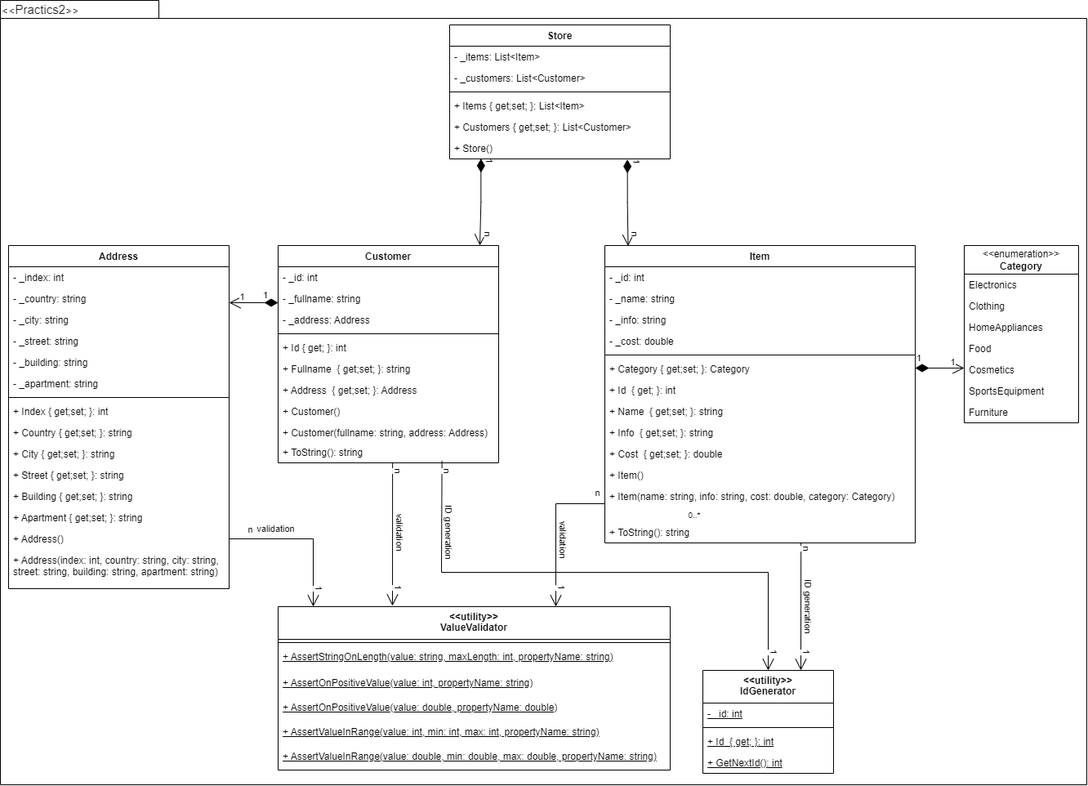
Earlier version of the draw.io export doc/ObjectOrientedPractics/Practics2.drawio.png (h1tsugaya/Programming). Source tidied: cells renumbered, new cells last; positions are measured from the earlier drawing's top-left corner, leaving out a move shared by most shapes.
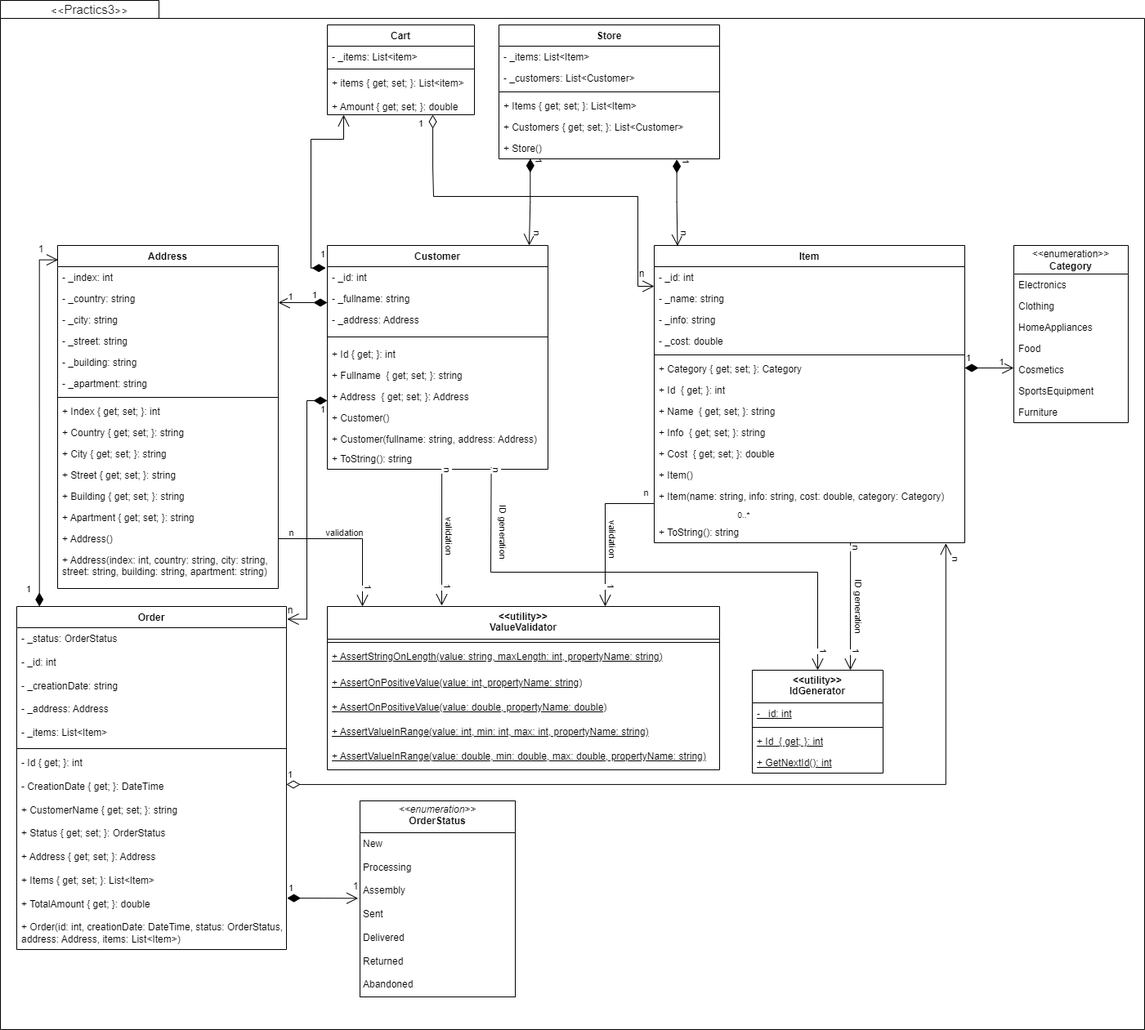
The same diagram one commit later.

Commit message:
добавлена Uml диграмма

The edit, as a diff of the source:
```diff
@@ -5,3 +5,3 @@
     <mxCell id="2" value="Customer" style="swimlane;fontStyle=1;align=center;verticalAlign=top;horizontal=1;startSize=26;whiteSpace=wrap;html=1;" parent="1" vertex="1">
-      <mxGeometry x="340" y="300" width="270" height="266" as="geometry" />
+      <mxGeometry x="340" y="300" width="270" height="274" as="geometry" />
     </mxCell>
@@ -17,21 +17,21 @@
     <mxCell id="6" style="line;strokeWidth=1;fillColor=none;align=left;verticalAlign=middle;spacingTop=-1;spacingLeft=3;spacingRight=3;labelPosition=right;strokeColor=inherit;" parent="2" vertex="1">
-      <mxGeometry y="104" width="270" height="8" as="geometry" />
+      <mxGeometry y="104" width="270" height="16" as="geometry" />
     </mxCell>
     <mxCell id="7" value="+ Id { get; }: int" style="text;strokeColor=none;fillColor=none;align=left;verticalAlign=top;spacingLeft=4;spacingRight=4;overflow=hidden;whiteSpace=wrap;html=1;" parent="2" vertex="1">
-      <mxGeometry y="112" width="270" height="26" as="geometry" />
+      <mxGeometry y="120" width="270" height="26" as="geometry" />
     </mxCell>
-    <mxCell id="8" value="+ Fullname&amp;nbsp;&amp;nbsp;{ get;set; }: string" style="text;strokeColor=none;fillColor=none;align=left;verticalAlign=top;spacingLeft=4;spacingRight=4;overflow=hidden;whiteSpace=wrap;html=1;" parent="2" vertex="1">
-      <mxGeometry y="138" width="270" height="26" as="geometry" />
+    <mxCell id="8" value="+ Fullname&amp;nbsp;&amp;nbsp;{ get; set; }: string" style="text;strokeColor=none;fillColor=none;align=left;verticalAlign=top;spacingLeft=4;spacingRight=4;overflow=hidden;whiteSpace=wrap;html=1;" parent="2" vertex="1">
+      <mxGeometry y="146" width="270" height="26" as="geometry" />
     </mxCell>
-    <mxCell id="9" value="+ Address&amp;nbsp;&amp;nbsp;{ get;set; }: Address" style="text;strokeColor=none;fillColor=none;align=left;verticalAlign=top;spacingLeft=4;spacingRight=4;overflow=hidden;points=[[0,0.5],[1,0.5]];portConstraint=eastwest;whiteSpace=wrap;html=1;" parent="2" vertex="1">
-      <mxGeometry y="164" width="270" height="26" as="geometry" />
+    <mxCell id="9" value="+ Address&amp;nbsp;&amp;nbsp;{ get; set; }: Address" style="text;strokeColor=none;fillColor=none;align=left;verticalAlign=top;spacingLeft=4;spacingRight=4;overflow=hidden;points=[[0,0.5],[1,0.5]];portConstraint=eastwest;whiteSpace=wrap;html=1;" parent="2" vertex="1">
+      <mxGeometry y="172" width="270" height="26" as="geometry" />
     </mxCell>
     <mxCell id="10" value="+ Customer()" style="text;strokeColor=none;fillColor=none;align=left;verticalAlign=top;spacingLeft=4;spacingRight=4;overflow=hidden;whiteSpace=wrap;html=1;" parent="2" vertex="1">
-      <mxGeometry y="190" width="270" height="26" as="geometry" />
+      <mxGeometry y="198" width="270" height="26" as="geometry" />
     </mxCell>
     <mxCell id="11" value="+ Customer(fullname: string, address: Address)" style="text;strokeColor=none;fillColor=none;align=left;verticalAlign=top;spacingLeft=4;spacingRight=4;overflow=hidden;whiteSpace=wrap;html=1;" parent="2" vertex="1">
-      <mxGeometry y="216" width="270" height="24" as="geometry" />
+      <mxGeometry y="224" width="270" height="24" as="geometry" />
     </mxCell>
     <mxCell id="12" value="+ ToString(): string" style="text;strokeColor=none;fillColor=none;align=left;verticalAlign=top;spacingLeft=4;spacingRight=4;overflow=hidden;points=[[0,0.5],[1,0.5]];portConstraint=eastwest;whiteSpace=wrap;html=1;" parent="2" vertex="1">
-      <mxGeometry y="240" width="270" height="26" as="geometry" />
+      <mxGeometry y="248" width="270" height="26" as="geometry" />
     </mxCell>
@@ -55,3 +55,3 @@
     </mxCell>
-    <mxCell id="19" value="+ Category { get;set; }: Category" style="text;strokeColor=none;fillColor=none;align=left;verticalAlign=top;spacingLeft=4;spacingRight=4;overflow=hidden;whiteSpace=wrap;html=1;" parent="13" vertex="1">
+    <mxCell id="19" value="+ Category { get; set; }: Category" style="text;strokeColor=none;fillColor=none;align=left;verticalAlign=top;spacingLeft=4;spacingRight=4;overflow=hidden;whiteSpace=wrap;html=1;" parent="13" vertex="1">
       <mxGeometry y="138" width="380" height="26" as="geometry" />
@@ -61,9 +61,9 @@
     </mxCell>
-    <mxCell id="21" value="+ Name&amp;nbsp;&amp;nbsp;{ get;set; }: string" style="text;strokeColor=none;fillColor=none;align=left;verticalAlign=top;spacingLeft=4;spacingRight=4;overflow=hidden;whiteSpace=wrap;html=1;" parent="13" vertex="1">
+    <mxCell id="21" value="+ Name&amp;nbsp;&amp;nbsp;{ get; set; }: string" style="text;strokeColor=none;fillColor=none;align=left;verticalAlign=top;spacingLeft=4;spacingRight=4;overflow=hidden;whiteSpace=wrap;html=1;" parent="13" vertex="1">
       <mxGeometry y="190" width="380" height="26" as="geometry" />
     </mxCell>
-    <mxCell id="22" value="+ Info&amp;nbsp;&amp;nbsp;{ get;set; }: string" style="text;strokeColor=none;fillColor=none;align=left;verticalAlign=top;spacingLeft=4;spacingRight=4;overflow=hidden;whiteSpace=wrap;html=1;" parent="13" vertex="1">
+    <mxCell id="22" value="+ Info&amp;nbsp;&amp;nbsp;{ get; set; }: string" style="text;strokeColor=none;fillColor=none;align=left;verticalAlign=top;spacingLeft=4;spacingRight=4;overflow=hidden;whiteSpace=wrap;html=1;" parent="13" vertex="1">
       <mxGeometry y="216" width="380" height="26" as="geometry" />
     </mxCell>
-    <mxCell id="23" value="+ Cost&amp;nbsp;&amp;nbsp;{ get;set; }: double" style="text;strokeColor=none;fillColor=none;align=left;verticalAlign=top;spacingLeft=4;spacingRight=4;overflow=hidden;whiteSpace=wrap;html=1;" parent="13" vertex="1">
+    <mxCell id="23" value="+ Cost&amp;nbsp;&amp;nbsp;{ get; set; }: double" style="text;strokeColor=none;fillColor=none;align=left;verticalAlign=top;spacingLeft=4;spacingRight=4;overflow=hidden;whiteSpace=wrap;html=1;" parent="13" vertex="1">
       <mxGeometry y="242" width="380" height="26" as="geometry" />
@@ -130,6 +130,6 @@
     </mxCell>
-    <mxCell id="44" value="+ Items { get;set; }: List&amp;lt;Item&amp;gt;" style="text;strokeColor=none;fillColor=none;align=left;verticalAlign=top;spacingLeft=4;spacingRight=4;overflow=hidden;whiteSpace=wrap;html=1;" parent="40" vertex="1">
+    <mxCell id="44" value="+ Items { get; set; }: List&amp;lt;Item&amp;gt;" style="text;strokeColor=none;fillColor=none;align=left;verticalAlign=top;spacingLeft=4;spacingRight=4;overflow=hidden;whiteSpace=wrap;html=1;" parent="40" vertex="1">
       <mxGeometry y="86" width="270" height="26" as="geometry" />
     </mxCell>
-    <mxCell id="45" value="+ Customers { get;set; }: List&amp;lt;Customer&amp;gt;" style="text;strokeColor=none;fillColor=none;align=left;verticalAlign=top;spacingLeft=4;spacingRight=4;overflow=hidden;whiteSpace=wrap;html=1;" parent="40" vertex="1">
+    <mxCell id="45" value="+ Customers { get; set; }: List&amp;lt;Customer&amp;gt;" style="text;strokeColor=none;fillColor=none;align=left;verticalAlign=top;spacingLeft=4;spacingRight=4;overflow=hidden;whiteSpace=wrap;html=1;" parent="40" vertex="1">
       <mxGeometry y="112" width="270" height="26" as="geometry" />
@@ -163,18 +163,18 @@
     </mxCell>
-    <mxCell id="55" value="+ Index { get;set; }: int" style="text;strokeColor=none;fillColor=none;align=left;verticalAlign=top;spacingLeft=4;spacingRight=4;overflow=hidden;whiteSpace=wrap;html=1;" parent="47" vertex="1">
+    <mxCell id="55" value="+ Index { get; set; }: int" style="text;strokeColor=none;fillColor=none;align=left;verticalAlign=top;spacingLeft=4;spacingRight=4;overflow=hidden;whiteSpace=wrap;html=1;" parent="47" vertex="1">
       <mxGeometry y="190" width="270" height="26" as="geometry" />
     </mxCell>
-    <mxCell id="56" value="+ Country { get;set; }: string" style="text;strokeColor=none;fillColor=none;align=left;verticalAlign=top;spacingLeft=4;spacingRight=4;overflow=hidden;whiteSpace=wrap;html=1;" parent="47" vertex="1">
+    <mxCell id="56" value="+ Country { get; set; }: string" style="text;strokeColor=none;fillColor=none;align=left;verticalAlign=top;spacingLeft=4;spacingRight=4;overflow=hidden;whiteSpace=wrap;html=1;" parent="47" vertex="1">
       <mxGeometry y="216" width="270" height="26" as="geometry" />
     </mxCell>
-    <mxCell id="57" value="+ City { get;set; }: string" style="text;strokeColor=none;fillColor=none;align=left;verticalAlign=top;spacingLeft=4;spacingRight=4;overflow=hidden;whiteSpace=wrap;html=1;" parent="47" vertex="1">
+    <mxCell id="57" value="+ City { get; set; }: string" style="text;strokeColor=none;fillColor=none;align=left;verticalAlign=top;spacingLeft=4;spacingRight=4;overflow=hidden;whiteSpace=wrap;html=1;" parent="47" vertex="1">
       <mxGeometry y="242" width="270" height="26" as="geometry" />
     </mxCell>
-    <mxCell id="58" value="+ Street { get;set; }: string" style="text;strokeColor=none;fillColor=none;align=left;verticalAlign=top;spacingLeft=4;spacingRight=4;overflow=hidden;whiteSpace=wrap;html=1;" parent="47" vertex="1">
+    <mxCell id="58" value="+ Street { get; set; }: string" style="text;strokeColor=none;fillColor=none;align=left;verticalAlign=top;spacingLeft=4;spacingRight=4;overflow=hidden;whiteSpace=wrap;html=1;" parent="47" vertex="1">
       <mxGeometry y="268" width="270" height="26" as="geometry" />
     </mxCell>
-    <mxCell id="59" value="+ Building { get;set; }: string" style="text;strokeColor=none;fillColor=none;align=left;verticalAlign=top;spacingLeft=4;spacingRight=4;overflow=hidden;whiteSpace=wrap;html=1;" parent="47" vertex="1">
+    <mxCell id="59" value="+ Building { get; set; }: string" style="text;strokeColor=none;fillColor=none;align=left;verticalAlign=top;spacingLeft=4;spacingRight=4;overflow=hidden;whiteSpace=wrap;html=1;" parent="47" vertex="1">
       <mxGeometry y="294" width="270" height="26" as="geometry" />
     </mxCell>
-    <mxCell id="60" value="+ Apartment { get;set; }: string" style="text;strokeColor=none;fillColor=none;align=left;verticalAlign=top;spacingLeft=4;spacingRight=4;overflow=hidden;whiteSpace=wrap;html=1;" parent="47" vertex="1">
+    <mxCell id="60" value="+ Apartment { get; set; }: string" style="text;strokeColor=none;fillColor=none;align=left;verticalAlign=top;spacingLeft=4;spacingRight=4;overflow=hidden;whiteSpace=wrap;html=1;" parent="47" vertex="1">
       <mxGeometry y="320" width="270" height="26" as="geometry" />
@@ -305,3 +305,3 @@
       <mxGeometry x="-0.45" relative="1" as="geometry">
-        <mxPoint x="5" y="-13" as="offset" />
+        <mxPoint x="29" y="-8" as="offset" />
       </mxGeometry>
@@ -315,3 +315,3 @@
       <mxGeometry x="260" y="635" as="geometry">
-        <mxPoint x="45" y="12" as="offset" />
+        <mxPoint x="36" y="16" as="offset" />
       </mxGeometry>
@@ -359,7 +359,83 @@
     <mxCell id="99" style="shape=folder;fontStyle=1;spacingTop=10;tabWidth=194;tabHeight=22;tabPosition=left;html=1;rounded=0;shadow=0;comic=0;labelBackgroundColor=none;strokeWidth=1;fillColor=none;fontFamily=Verdana;fontSize=10;align=center;" parent="1" vertex="1">
-      <mxGeometry width="1330" height="960" as="geometry" />
+      <mxGeometry x="-60" width="1400" height="1260" as="geometry" />
     </mxCell>
-    <mxCell id="100" value="&amp;lt;&amp;lt;&lt;font face=&quot;YS Text, Helvetica Neue, Helvetica, Arial, sans-serif&quot; color=&quot;#1a1a1a&quot;&gt;&lt;span style=&quot;font-size: 15px; text-wrap: wrap; background-color: rgb(255, 255, 255);&quot;&gt;Practics2&lt;/span&gt;&lt;/font&gt;&amp;gt;&amp;gt;" style="text;html=1;align=left;verticalAlign=top;spacingTop=-4;fontSize=10;fontFamily=Verdana;" parent="1" vertex="1">
+    <mxCell id="100" value="&amp;lt;&amp;lt;&lt;font face=&quot;YS Text, Helvetica Neue, Helvetica, Arial, sans-serif&quot; color=&quot;#1a1a1a&quot;&gt;&lt;span style=&quot;font-size: 15px; text-wrap: wrap; background-color: rgb(255, 255, 255);&quot;&gt;Practics3&lt;/span&gt;&lt;/font&gt;&amp;gt;&amp;gt;" style="text;html=1;align=left;verticalAlign=top;spacingTop=-4;fontSize=10;fontFamily=Verdana;" parent="1" vertex="1">
       <mxGeometry width="130" height="20" as="geometry" />
     </mxCell>
+    <mxCell id="101" value="Cart" style="swimlane;fontStyle=1;align=center;verticalAlign=top;horizontal=1;startSize=26;whiteSpace=wrap;html=1;" parent="1" vertex="1">
+      <mxGeometry x="340" y="30" width="180" height="110" as="geometry" />
+    </mxCell>
+    <mxCell id="102" value="- _items: List&amp;lt;item&amp;gt;" style="text;strokeColor=none;fillColor=none;align=left;verticalAlign=top;spacingLeft=4;spacingRight=4;overflow=hidden;whiteSpace=wrap;html=1;" parent="101" vertex="1">
+      <mxGeometry y="26" width="180" height="24" as="geometry" />
+    </mxCell>
+    <mxCell id="103" style="line;strokeWidth=1;fillColor=none;align=left;verticalAlign=middle;spacingTop=-1;spacingLeft=3;spacingRight=3;labelPosition=right;strokeColor=inherit;" parent="101" vertex="1">
+      <mxGeometry y="50" width="180" height="8" as="geometry" />
+    </mxCell>
+    <mxCell id="104" value="&lt;font color=&quot;#050505&quot; style=&quot;font-size: 12px;&quot;&gt;&lt;span style=&quot;font-family: Helvetica; font-style: normal; font-variant-ligatures: normal; font-variant-caps: normal; font-weight: 400; letter-spacing: normal; orphans: 2; text-align: left; text-indent: 0px; text-transform: none; widows: 2; word-spacing: 0px; -webkit-text-stroke-width: 0px; white-space: normal; text-decoration-thickness: initial; text-decoration-style: initial; text-decoration-color: initial; float: none; background-color: rgb(255, 255, 255); display: inline !important;&quot;&gt;+ items { get; set; }: List&amp;lt;item&amp;gt;&lt;/span&gt;&lt;/font&gt;&lt;div style=&quot;&quot;&gt;&lt;font style=&quot;font-size: 12px;&quot;&gt;&lt;br&gt;+ Amount { get; set; }: double&lt;/font&gt;&lt;/div&gt;" style="text;strokeColor=none;fillColor=none;align=left;verticalAlign=top;spacingLeft=4;spacingRight=4;overflow=hidden;points=[[0,0.5],[1,0.5]];portConstraint=eastwest;whiteSpace=wrap;html=1;" parent="101" vertex="1">
+      <mxGeometry y="58" width="180" height="52" as="geometry" />
+    </mxCell>
+    <mxCell id="105" value="1" style="endArrow=open;html=1;endSize=12;startArrow=diamondThin;startSize=14;startFill=0;edgeStyle=orthogonalEdgeStyle;align=left;verticalAlign=bottom;rounded=0;exitX=0.717;exitY=1;exitDx=0;exitDy=0;exitPerimeter=0;entryX=0;entryY=0.923;entryDx=0;entryDy=0;entryPerimeter=0;" parent="1" edge="1" source="104" target="14">
+      <mxGeometry x="-0.92" y="-19" relative="1" as="geometry">
+        <Array as="points">
+          <mxPoint x="469" y="205" />
+          <mxPoint x="470" y="205" />
+          <mxPoint x="470" y="240" />
+          <mxPoint x="720" y="240" />
+          <mxPoint x="720" y="350" />
+        </Array>
+      </mxGeometry>
+    </mxCell>
+    <mxCell id="106" value="1" style="endArrow=open;html=1;endSize=12;startArrow=diamondThin;startSize=14;startFill=1;edgeStyle=orthogonalEdgeStyle;align=left;verticalAlign=bottom;rounded=0;exitX=-0.007;exitY=0.064;exitDx=0;exitDy=0;exitPerimeter=0;entryX=0.111;entryY=1;entryDx=0;entryDy=0;entryPerimeter=0;" parent="1" edge="1" source="3" target="104">
+      <mxGeometry x="-0.93" y="-8" relative="1" as="geometry">
+        <Array as="points">
+          <mxPoint x="320" y="328" />
+          <mxPoint x="320" y="170" />
+          <mxPoint x="360" y="170" />
+        </Array>
+      </mxGeometry>
+    </mxCell>
+    <mxCell id="107" value="n" style="text;html=1;align=center;verticalAlign=middle;whiteSpace=wrap;rounded=0;" parent="1" vertex="1">
+      <mxGeometry x="710" y="330" width="30" height="10" as="geometry" />
+    </mxCell>
+    <mxCell id="108" value="Order" style="swimlane;fontStyle=1;align=center;verticalAlign=top;horizontal=1;startSize=26;whiteSpace=wrap;html=1;" parent="1" vertex="1">
+      <mxGeometry x="-40" y="742" width="330" height="420" as="geometry" />
+    </mxCell>
+    <mxCell id="109" value="- _status: OrderStatus&lt;div&gt;&lt;br&gt;&lt;/div&gt;&lt;div&gt;- _id: int&lt;/div&gt;&lt;div&gt;&lt;br&gt;&lt;/div&gt;&lt;div&gt;- _creationDate: string&lt;br&gt;&lt;br&gt;- _address: Address&lt;br&gt;&lt;br&gt;- _items: List&amp;lt;Item&amp;gt;&lt;/div&gt;" style="text;strokeColor=none;fillColor=none;align=left;verticalAlign=top;spacingLeft=4;spacingRight=4;overflow=hidden;whiteSpace=wrap;html=1;" parent="108" vertex="1">
+      <mxGeometry y="26" width="330" height="144" as="geometry" />
+    </mxCell>
+    <mxCell id="110" style="line;strokeWidth=1;fillColor=none;align=left;verticalAlign=middle;spacingTop=-1;spacingLeft=3;spacingRight=3;labelPosition=right;strokeColor=inherit;" parent="108" vertex="1">
+      <mxGeometry y="170" width="330" height="8" as="geometry" />
+    </mxCell>
+    <mxCell id="111" value="- Id { get; }: int&lt;div&gt;&lt;br&gt;&lt;/div&gt;&lt;div&gt;- CreationDate { get; }: DateTime&lt;/div&gt;&lt;div&gt;&lt;br&gt;&lt;/div&gt;&lt;div&gt;+ CustomerName { get; set; }: string&lt;/div&gt;&lt;div&gt;&lt;br&gt;&lt;/div&gt;&lt;div&gt;+ Status { get; set; }: OrderStatus&lt;/div&gt;&lt;div&gt;&lt;br&gt;&lt;/div&gt;&lt;div&gt;+ Address { get; set; }: Address&lt;/div&gt;&lt;div&gt;&lt;br&gt;&lt;/div&gt;&lt;div&gt;+ Items { get; set; }: List&amp;lt;Item&amp;gt;&lt;/div&gt;&lt;div&gt;&lt;br&gt;&lt;/div&gt;&lt;div&gt;+ TotalAmount { get; }: double&lt;/div&gt;&lt;div&gt;&lt;br&gt;&lt;/div&gt;&lt;div&gt;+ Order(id: int, creationDate: DateTime, status: OrderStatus,&lt;/div&gt;&lt;div&gt;address: Address, items: List&amp;lt;Item&amp;gt;)&lt;/div&gt;&lt;div&gt;&lt;br&gt;&lt;/div&gt;" style="text;strokeColor=none;fillColor=none;align=left;verticalAlign=top;spacingLeft=4;spacingRight=4;overflow=hidden;points=[[0,0.5],[1,0.5]];portConstraint=eastwest;whiteSpace=wrap;html=1;" parent="108" vertex="1">
+      <mxGeometry y="178" width="330" height="242" as="geometry" />
+    </mxCell>
+    <mxCell id="112" value="1" style="endArrow=open;html=1;endSize=12;startArrow=diamondThin;startSize=14;startFill=1;edgeStyle=orthogonalEdgeStyle;align=left;verticalAlign=bottom;rounded=0;exitX=0.084;exitY=0;exitDx=0;exitDy=0;exitPerimeter=0;entryX=0.002;entryY=0.042;entryDx=0;entryDy=0;entryPerimeter=0;" parent="1" edge="1" source="108" target="47">
+      <mxGeometry x="-0.95" y="18" relative="1" as="geometry" />
+    </mxCell>
+    <mxCell id="113" value="1" style="text;html=1;align=center;verticalAlign=middle;whiteSpace=wrap;rounded=0;" parent="1" vertex="1">
+      <mxGeometry x="-20" y="300" width="20" height="10" as="geometry" />
+    </mxCell>
+    <mxCell id="114" value="1" style="endArrow=open;html=1;endSize=12;startArrow=diamondThin;startSize=14;startFill=1;edgeStyle=orthogonalEdgeStyle;align=left;verticalAlign=bottom;rounded=0;exitX=0;exitY=0.692;exitDx=0;exitDy=0;exitPerimeter=0;entryX=1.003;entryY=0.037;entryDx=0;entryDy=0;entryPerimeter=0;" parent="1" edge="1" source="9" target="108">
+      <mxGeometry x="-0.72" y="15" relative="1" as="geometry" />
+    </mxCell>
+    <mxCell id="115" value="n" style="text;html=1;align=center;verticalAlign=middle;whiteSpace=wrap;rounded=0;" parent="1" vertex="1">
+      <mxGeometry x="290" y="742" width="10" height="10" as="geometry" />
+    </mxCell>
+    <mxCell id="116" value="&lt;p style=&quot;margin:0px;margin-top:4px;text-align:center;&quot;&gt;&lt;i&gt;&amp;lt;&amp;lt;enumeration&amp;gt;&amp;gt;&lt;/i&gt;&lt;br&gt;&lt;b&gt;OrderStatus&lt;/b&gt;&lt;/p&gt;&lt;hr size=&quot;1&quot; style=&quot;border-style:solid;&quot;&gt;&lt;p style=&quot;margin:0px;margin-left:4px;&quot;&gt;New&lt;br&gt;&lt;br&gt;Processing&lt;br&gt;&lt;br&gt;Assembly&lt;br&gt;&lt;br&gt;Sent&lt;br&gt;&lt;br&gt;Delivered&lt;br&gt;&lt;br&gt;Returned&lt;br&gt;&lt;br&gt;Abandoned&lt;/p&gt;" style="verticalAlign=top;align=left;overflow=fill;html=1;whiteSpace=wrap;" parent="1" vertex="1">
+      <mxGeometry x="380" y="980" width="190" height="240" as="geometry" />
+    </mxCell>
+    <mxCell id="117" value="1" style="endArrow=open;html=1;endSize=12;startArrow=diamondThin;startSize=14;startFill=1;edgeStyle=orthogonalEdgeStyle;align=left;verticalAlign=bottom;rounded=0;exitX=1.002;exitY=0.74;exitDx=0;exitDy=0;exitPerimeter=0;entryX=-0.012;entryY=0.497;entryDx=0;entryDy=0;entryPerimeter=0;" parent="1" edge="1" source="111" target="116">
+      <mxGeometry x="-1" y="3" relative="1" as="geometry" />
+    </mxCell>
+    <mxCell id="118" value="1" style="text;html=1;align=center;verticalAlign=middle;whiteSpace=wrap;rounded=0;" parent="1" vertex="1">
+      <mxGeometry x="370" y="1080" width="10" height="10" as="geometry" />
+    </mxCell>
+    <mxCell id="119" value="1" style="endArrow=open;html=1;endSize=12;startArrow=diamondThin;startSize=14;startFill=0;edgeStyle=orthogonalEdgeStyle;align=left;verticalAlign=bottom;rounded=0;exitX=1;exitY=0.165;exitDx=0;exitDy=0;exitPerimeter=0;entryX=0.939;entryY=1.024;entryDx=0;entryDy=0;entryPerimeter=0;" parent="1" edge="1" source="111" target="26">
+      <mxGeometry x="-1" y="3" relative="1" as="geometry" />
+    </mxCell>
+    <mxCell id="120" value="n" style="edgeLabel;html=1;align=center;verticalAlign=middle;rotation=90;" parent="1" vertex="1">
+      <mxGeometry x="1010.1" y="635" as="geometry">
+        <mxPoint x="49" y="-100" as="offset" />
+      </mxGeometry>
+    </mxCell>
   </root>
```
